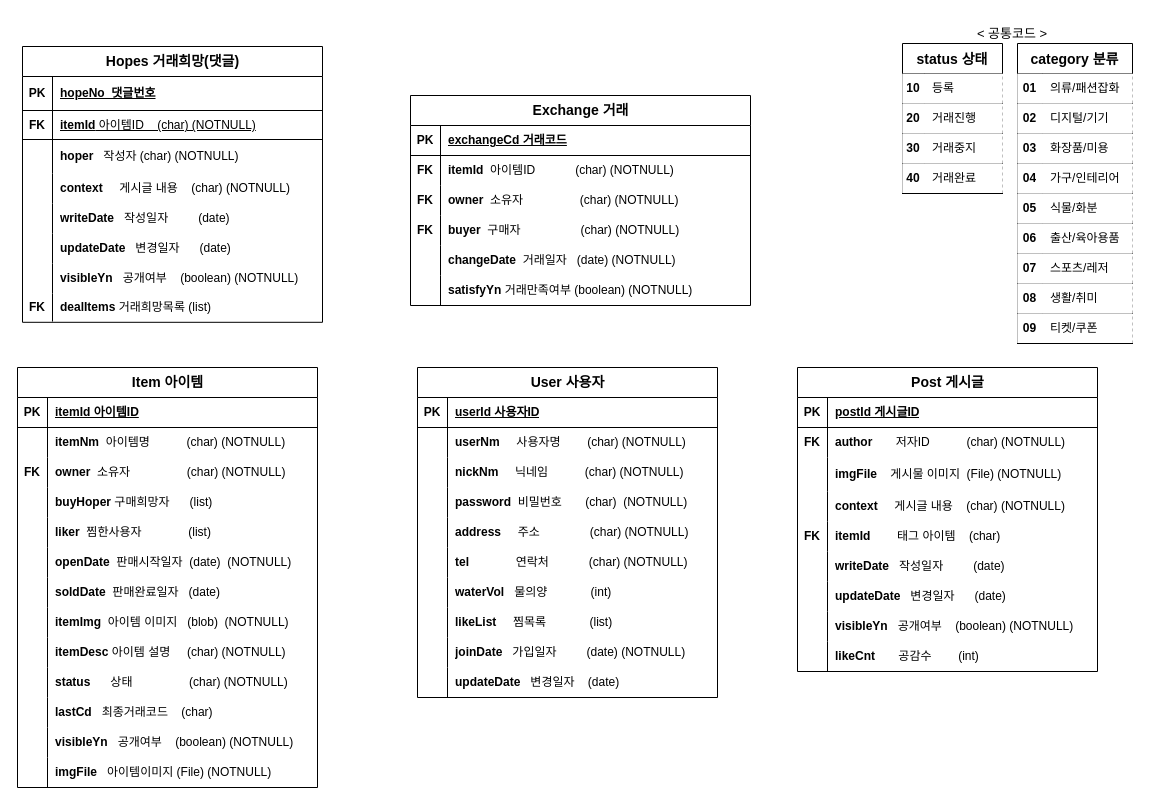
Earlier version of the draw.io diagram myreact.drawio (eunbinoh/myReact). Source tidied: cells renumbered, new cells numbered last; positions are measured from the earlier drawing's top-left corner, leaving out a move shared by most shapes. Both pictures are drawn from the tidied source at 100%, with x=0, y=0 at pixel (17, 17).
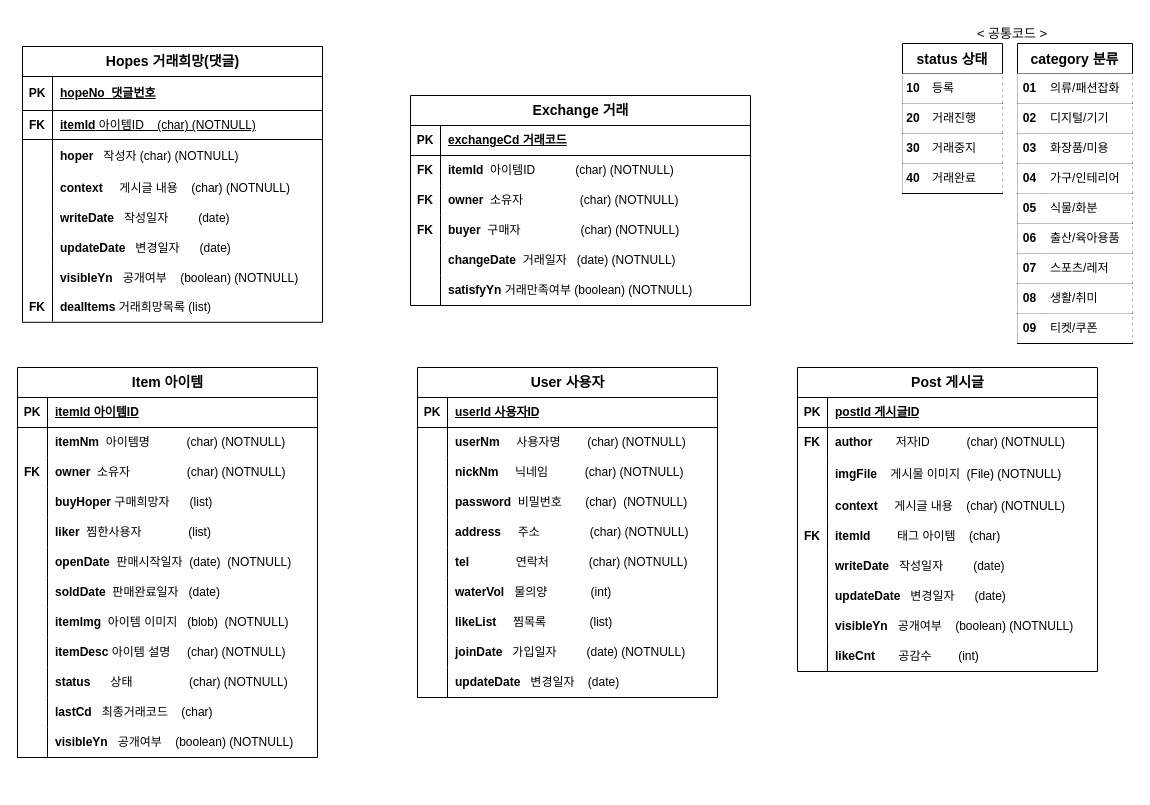
Above is the later version.

What changed in the source:
```diff
@@
     <mxCell id="3" value="&lt;font style=&quot;font-size: 14px;&quot;&gt;Item 아이템&lt;/font&gt;" style="shape=table;startSize=30;childLayout=tableLayout;rowLines=0;fontStyle=1;align=center;html=1;labelBackgroundColor=none;rounded=0;" parent="1" vertex="1">
-      <mxGeometry y="350" width="300" height="420" as="geometry" />
+      <mxGeometry y="350" width="300" height="390" as="geometry" />
     </mxCell>
@@
-    <mxCell id="40" style="shape=tableRow;horizontal=0;startSize=0;swimlaneHead=0;swimlaneBody=0;fillColor=none;top=0;left=0;right=0;bottom=0;labelBackgroundColor=none;rounded=0;" parent="3" vertex="1">
-      <mxGeometry y="390" width="300" height="30" as="geometry" />
-    </mxCell>
-    <mxCell id="41" style="shape=partialRectangle;fillColor=none;top=0;left=0;bottom=0;right=0;overflow=hidden;whiteSpace=wrap;html=1;labelBackgroundColor=none;rounded=0;" parent="40" vertex="1">
-      <mxGeometry width="30" height="30" as="geometry" />
-    </mxCell>
-    <mxCell id="42" value="&lt;b style=&quot;border-color: var(--border-color);&quot;&gt;imgFile&lt;/b&gt;&amp;nbsp; &amp;nbsp;아이템이미지 (File) (NOTNULL)" style="shape=partialRectangle;fillColor=none;top=0;left=0;bottom=0;right=0;align=left;spacingLeft=6;overflow=hidden;whiteSpace=wrap;html=1;labelBackgroundColor=none;rounded=0;" parent="40" vertex="1">
-      <mxGeometry x="30" width="270" height="30" as="geometry" />
-    </mxCell>
```
